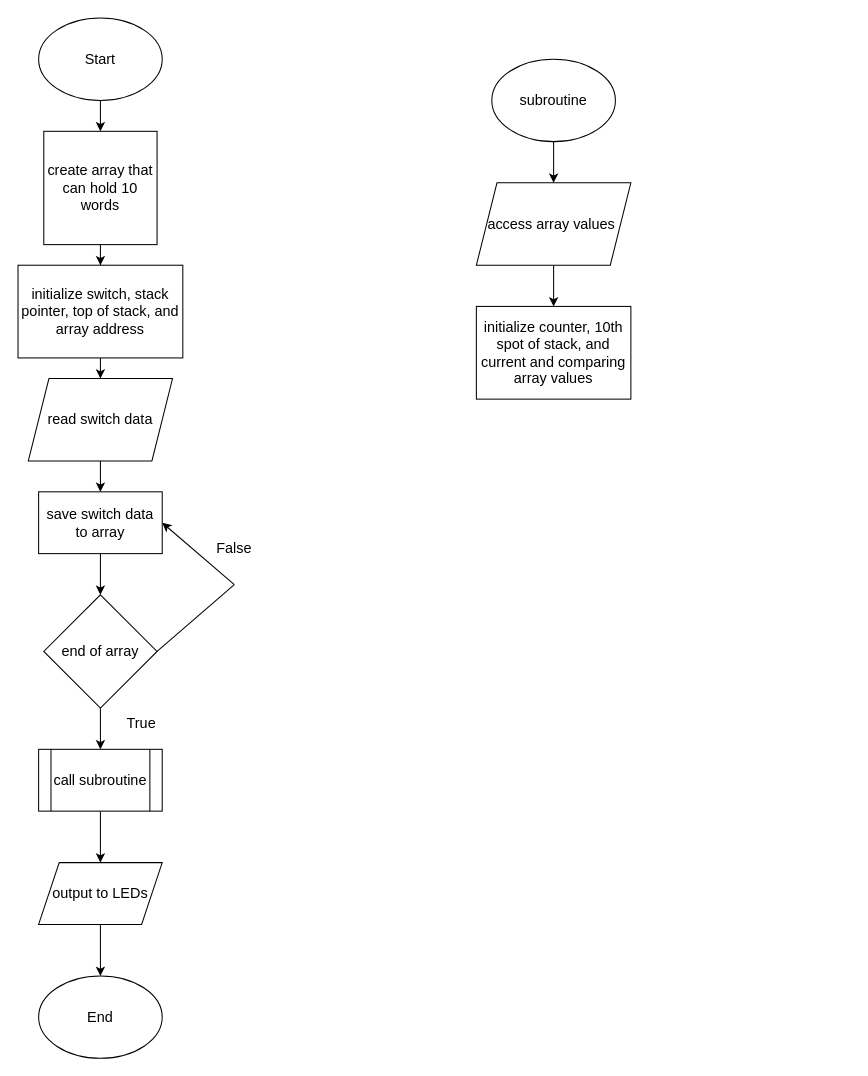
psp-player/CPE233 keeps this draw.io diagram as final_project_SW.drawio. Above is the earlier version. Source tidied: cells renumbered, new cells numbered last; positions are measured from the earlier drawing's top-left corner, leaving out a move shared by most shapes. Both pictures are drawn from the tidied source at 103%, with x=0, y=0 at pixel (18, 18).
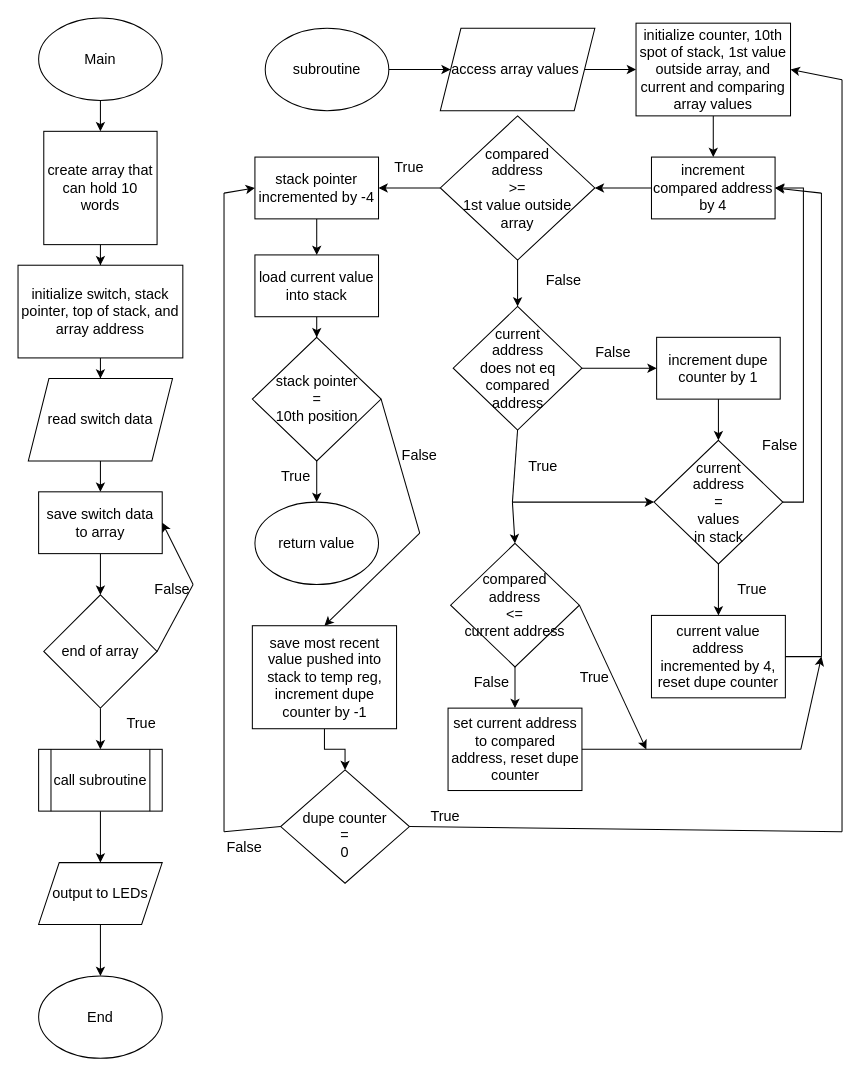
The same page after the edit.

The change refers to these unchanged cells:
```xml
<mxCell id="9" value="&lt;font style=&quot;font-size: 14px;&quot;&gt;save switch data to array&lt;/font&gt;" style="rounded=0;whiteSpace=wrap;html=1;" parent="1" vertex="1">
  <mxGeometry x="20" y="460" width="120" height="60" as="geometry" />
</mxCell>
<mxCell id="11" value="&lt;span style=&quot;font-size: 14px;&quot;&gt;end of array&lt;/span&gt;" style="rhombus;whiteSpace=wrap;html=1;" parent="1" vertex="1">
  <mxGeometry x="25" y="560" width="110" height="110" as="geometry" />
</mxCell>
```

Change to the diagram source:
```diff
@@
-    <mxCell id="3" value="&lt;font style=&quot;font-size: 14px;&quot;&gt;Start&lt;/font&gt;" style="ellipse;whiteSpace=wrap;html=1;" parent="1" vertex="1">
+    <mxCell id="3" value="&lt;font style=&quot;font-size: 14px;&quot;&gt;Main&lt;/font&gt;" style="ellipse;whiteSpace=wrap;html=1;" parent="1" vertex="1">
       <mxGeometry x="20" width="120" height="80" as="geometry" />
     </mxCell>
@@
-    <mxCell id="14" style="edgeStyle=orthogonalEdgeStyle;rounded=0;jettySize=auto;html=1;entryX=0.5;entryY=0;entryDx=0;entryDy=0;" parent="1" edge="1" source="15" target="21">
+    <mxCell id="14" style="edgeStyle=orthogonalEdgeStyle;rounded=0;jettySize=auto;html=1;entryX=0;entryY=0.5;entryDx=0;entryDy=0;" parent="1" edge="1" source="15" target="21">
       <mxGeometry relative="1" as="geometry" />
     </mxCell>
     <mxCell id="15" value="&lt;font style=&quot;font-size: 14px;&quot;&gt;subroutine&lt;/font&gt;" style="ellipse;whiteSpace=wrap;html=1;" parent="1" vertex="1">
-      <mxGeometry x="460" y="40" width="120" height="80" as="geometry" />
+      <mxGeometry x="240" y="10" width="120" height="80" as="geometry" />
     </mxCell>
@@
-    <mxCell id="20" style="edgeStyle=orthogonalEdgeStyle;rounded=0;jettySize=auto;html=1;entryX=0.5;entryY=0;entryDx=0;entryDy=0;" parent="1" edge="1" source="21" target="22">
+    <mxCell id="20" style="edgeStyle=orthogonalEdgeStyle;rounded=0;jettySize=auto;html=1;entryX=0;entryY=0.5;entryDx=0;entryDy=0;" parent="1" edge="1" source="21" target="22">
       <mxGeometry relative="1" as="geometry" />
     </mxCell>
     <mxCell id="21" value="&lt;font style=&quot;font-size: 14px;&quot;&gt;access array values&amp;nbsp;&lt;/font&gt;" style="shape=parallelogram;perimeter=parallelogramPerimeter;whiteSpace=wrap;html=1;fixedSize=1;" parent="1" vertex="1">
-      <mxGeometry x="445" y="160" width="150" height="80" as="geometry" />
+      <mxGeometry x="410" y="10" width="150" height="80" as="geometry" />
     </mxCell>
+    <mxCell id="28" style="edgeStyle=orthogonalEdgeStyle;rounded=0;jettySize=auto;html=1;entryX=0.5;entryY=0;entryDx=0;entryDy=0;" parent="1" edge="1" source="22" target="32">
+      <mxGeometry relative="1" as="geometry" />
+    </mxCell>
-    <mxCell id="22" value="&lt;font style=&quot;font-size: 14px;&quot;&gt;initialize counter, 10th spot of stack, and current and comparing array values&lt;/font&gt;" style="rounded=0;whiteSpace=wrap;html=1;" parent="1" vertex="1">
-      <mxGeometry x="445" y="280" width="150" height="90" as="geometry" />
+    <mxCell id="22" value="&lt;font style=&quot;font-size: 14px;&quot;&gt;initialize counter, 10th spot of stack, 1st value outside array, and current and comparing array values&lt;/font&gt;" style="rounded=0;whiteSpace=wrap;html=1;" parent="1" vertex="1">
+      <mxGeometry x="600" y="5" width="150" height="90" as="geometry" />
     </mxCell>
@@
     <mxCell id="25" style="endArrow=none;html=1;rounded=0;exitX=1;exitY=0.5;exitDx=0;exitDy=0;" parent="1" edge="1" source="11">
       <mxGeometry relative="1" as="geometry">
-        <mxPoint x="210" y="550" as="targetPoint" />
+        <mxPoint x="170" y="550" as="targetPoint" />
       </mxGeometry>
     </mxCell>
     <mxCell id="26" style="endArrow=classic;html=1;rounded=0;entryX=1;entryY=0.5;entryDx=0;entryDy=0;" parent="1" edge="1" target="9">
       <mxGeometry relative="1" as="geometry">
-        <mxPoint x="210" y="550" as="sourcePoint" />
+        <mxPoint x="170" y="550" as="sourcePoint" />
       </mxGeometry>
     </mxCell>
     <mxCell id="27" value="&lt;font style=&quot;font-size: 14px;&quot;&gt;False&lt;/font&gt;" style="text;html=1;align=center;verticalAlign=middle;whiteSpace=wrap;rounded=0;" parent="1" vertex="1">
-      <mxGeometry x="180" y="500" width="60" height="30" as="geometry" />
+      <mxGeometry x="120" y="540" width="60" height="30" as="geometry" />
     </mxCell>
+    <mxCell id="29" style="edgeStyle=orthogonalEdgeStyle;rounded=0;jettySize=auto;html=1;entryX=0;entryY=0.5;entryDx=0;entryDy=0;" parent="1" edge="1" source="30" target="41">
+      <mxGeometry relative="1" as="geometry" />
+    </mxCell>
+    <mxCell id="30" value="&lt;font style=&quot;font-size: 14px;&quot;&gt;current &lt;br&gt;address &lt;br&gt;does not eq&lt;br&gt;compared &lt;br&gt;address&lt;/font&gt;" style="rhombus;whiteSpace=wrap;html=1;" parent="1" vertex="1">
+      <mxGeometry x="422.5" y="280" width="125" height="120" as="geometry" />
+    </mxCell>
+    <mxCell id="31" style="edgeStyle=orthogonalEdgeStyle;rounded=0;jettySize=auto;html=1;entryX=1;entryY=0.5;entryDx=0;entryDy=0;" parent="1" edge="1" source="32" target="35">
+      <mxGeometry relative="1" as="geometry" />
+    </mxCell>
+    <mxCell id="32" value="&lt;font style=&quot;font-size: 14px;&quot;&gt;increment compared address by 4&lt;/font&gt;" style="rounded=0;whiteSpace=wrap;html=1;" parent="1" vertex="1">
+      <mxGeometry x="615" y="135" width="120" height="60" as="geometry" />
+    </mxCell>
+    <mxCell id="33" style="edgeStyle=orthogonalEdgeStyle;rounded=0;jettySize=auto;html=1;entryX=0.5;entryY=0;entryDx=0;entryDy=0;" parent="1" edge="1" source="35" target="30">
+      <mxGeometry relative="1" as="geometry" />
+    </mxCell>
+    <mxCell id="34" style="edgeStyle=orthogonalEdgeStyle;rounded=0;jettySize=auto;html=1;entryX=1;entryY=0.5;entryDx=0;entryDy=0;" parent="1" edge="1" source="35" target="39">
+      <mxGeometry relative="1" as="geometry" />
+    </mxCell>
+    <mxCell id="35" value="&lt;font style=&quot;font-size: 14px;&quot;&gt;compared &lt;br&gt;address&lt;br&gt;&amp;gt;=&lt;br&gt;1st value outside &lt;br&gt;array&lt;br&gt;&lt;/font&gt;" style="rhombus;whiteSpace=wrap;html=1;" parent="1" vertex="1">
+      <mxGeometry x="410" y="95" width="150" height="140" as="geometry" />
+    </mxCell>
+    <mxCell id="36" value="&lt;font style=&quot;font-size: 14px;&quot;&gt;True&lt;/font&gt;" style="text;html=1;align=center;verticalAlign=middle;whiteSpace=wrap;rounded=0;" parent="1" vertex="1">
+      <mxGeometry x="350" y="130" width="60" height="30" as="geometry" />
+    </mxCell>
+    <mxCell id="37" value="&lt;font style=&quot;font-size: 14px;&quot;&gt;False&lt;/font&gt;" style="text;html=1;align=center;verticalAlign=middle;whiteSpace=wrap;rounded=0;" parent="1" vertex="1">
+      <mxGeometry x="500" y="240" width="60" height="30" as="geometry" />
+    </mxCell>
+    <mxCell id="38" style="edgeStyle=orthogonalEdgeStyle;rounded=0;jettySize=auto;html=1;entryX=0.5;entryY=0;entryDx=0;entryDy=0;" parent="1" edge="1" source="39" target="53">
+      <mxGeometry relative="1" as="geometry" />
+    </mxCell>
+    <mxCell id="39" value="&lt;span style=&quot;font-size: 14px;&quot;&gt;stack pointer incremented by -4&lt;/span&gt;" style="rounded=0;whiteSpace=wrap;html=1;" parent="1" vertex="1">
+      <mxGeometry x="230" y="135" width="120" height="60" as="geometry" />
+    </mxCell>
+    <mxCell id="40" style="edgeStyle=orthogonalEdgeStyle;rounded=0;jettySize=auto;html=1;entryX=0.5;entryY=0;entryDx=0;entryDy=0;" parent="1" edge="1" source="41" target="45">
+      <mxGeometry relative="1" as="geometry" />
+    </mxCell>
+    <mxCell id="41" value="&lt;font style=&quot;font-size: 14px;&quot;&gt;increment dupe counter by 1&lt;/font&gt;" style="rounded=0;whiteSpace=wrap;html=1;" parent="1" vertex="1">
+      <mxGeometry x="620" y="310" width="120" height="60" as="geometry" />
+    </mxCell>
+    <mxCell id="42" value="&lt;font style=&quot;font-size: 14px;&quot;&gt;False&lt;/font&gt;" style="text;html=1;align=center;verticalAlign=middle;whiteSpace=wrap;rounded=0;" parent="1" vertex="1">
+      <mxGeometry x="547.5" y="310" width="60" height="30" as="geometry" />
+    </mxCell>
+    <mxCell id="43" style="edgeStyle=orthogonalEdgeStyle;rounded=0;jettySize=auto;html=1;entryX=0.5;entryY=0;entryDx=0;entryDy=0;" parent="1" edge="1" source="45" target="49">
+      <mxGeometry relative="1" as="geometry" />
+    </mxCell>
+    <mxCell id="44" style="edgeStyle=orthogonalEdgeStyle;rounded=0;jettySize=auto;html=1;exitX=1;exitY=0.5;exitDx=0;exitDy=0;entryX=1;entryY=0.5;entryDx=0;entryDy=0;" parent="1" edge="1" source="45" target="32">
+      <mxGeometry relative="1" as="geometry" />
+    </mxCell>
+    <mxCell id="45" value="&lt;span style=&quot;font-size: 14px;&quot;&gt;current &lt;br&gt;address&lt;br&gt;=&lt;br&gt;values &lt;br&gt;in stack&lt;/span&gt;" style="rhombus;whiteSpace=wrap;html=1;" parent="1" vertex="1">
+      <mxGeometry x="617.5" y="410" width="125" height="120" as="geometry" />
+    </mxCell>
+    <mxCell id="46" style="endArrow=none;html=1;rounded=0;entryX=0.5;entryY=1;entryDx=0;entryDy=0;" parent="1" edge="1" target="30">
+      <mxGeometry relative="1" as="geometry">
+        <mxPoint x="480" y="470" as="sourcePoint" />
+      </mxGeometry>
+    </mxCell>
+    <mxCell id="47" style="endArrow=classic;html=1;rounded=0;entryX=0;entryY=0.5;entryDx=0;entryDy=0;" parent="1" edge="1" target="45">
+      <mxGeometry relative="1" as="geometry">
+        <mxPoint x="480" y="470" as="sourcePoint" />
+      </mxGeometry>
+    </mxCell>
+    <mxCell id="48" value="&lt;font style=&quot;font-size: 14px;&quot;&gt;True&lt;/font&gt;" style="text;html=1;align=center;verticalAlign=middle;whiteSpace=wrap;rounded=0;" parent="1" vertex="1">
+      <mxGeometry x="480" y="420" width="60" height="30" as="geometry" />
+    </mxCell>
+    <mxCell id="49" value="&lt;font style=&quot;font-size: 14px;&quot;&gt;current value address incremented by 4,&lt;br&gt;reset dupe counter&lt;/font&gt;" style="rounded=0;whiteSpace=wrap;html=1;" parent="1" vertex="1">
+      <mxGeometry x="615" y="580" width="130" height="80" as="geometry" />
+    </mxCell>
+    <mxCell id="50" value="&lt;font style=&quot;font-size: 14px;&quot;&gt;True&lt;/font&gt;" style="text;html=1;align=center;verticalAlign=middle;whiteSpace=wrap;rounded=0;" parent="1" vertex="1">
+      <mxGeometry x="682.5" y="540" width="60" height="30" as="geometry" />
+    </mxCell>
+    <mxCell id="51" value="&lt;font style=&quot;font-size: 14px;&quot;&gt;False&lt;/font&gt;" style="text;html=1;align=center;verticalAlign=middle;whiteSpace=wrap;rounded=0;" parent="1" vertex="1">
+      <mxGeometry x="710" y="400" width="60" height="30" as="geometry" />
+    </mxCell>
+    <mxCell id="52" style="edgeStyle=orthogonalEdgeStyle;rounded=0;jettySize=auto;html=1;" parent="1" edge="1" source="53" target="55">
+      <mxGeometry relative="1" as="geometry" />
+    </mxCell>
+    <mxCell id="53" value="&lt;span style=&quot;font-size: 14px;&quot;&gt;load current value into stack&lt;/span&gt;" style="rounded=0;whiteSpace=wrap;html=1;" parent="1" vertex="1">
+      <mxGeometry x="230" y="230" width="120" height="60" as="geometry" />
+    </mxCell>
+    <mxCell id="54" style="edgeStyle=orthogonalEdgeStyle;rounded=0;jettySize=auto;html=1;entryX=0.5;entryY=0;entryDx=0;entryDy=0;" parent="1" edge="1" source="55" target="56">
+      <mxGeometry relative="1" as="geometry" />
+    </mxCell>
+    <mxCell id="55" value="&lt;font style=&quot;font-size: 14px;&quot;&gt;stack pointer&lt;br&gt;=&lt;br&gt;10th position&lt;/font&gt;" style="rhombus;whiteSpace=wrap;html=1;" parent="1" vertex="1">
+      <mxGeometry x="227.5" y="310" width="125" height="120" as="geometry" />
+    </mxCell>
+    <mxCell id="56" value="&lt;font style=&quot;font-size: 14px;&quot;&gt;return value&lt;/font&gt;" style="ellipse;whiteSpace=wrap;html=1;" parent="1" vertex="1">
+      <mxGeometry x="230" y="470" width="120" height="80" as="geometry" />
+    </mxCell>
+    <mxCell id="57" value="&lt;font style=&quot;font-size: 14px;&quot;&gt;True&lt;/font&gt;" style="text;html=1;align=center;verticalAlign=middle;whiteSpace=wrap;rounded=0;" parent="1" vertex="1">
+      <mxGeometry x="240" y="430" width="60" height="30" as="geometry" />
+    </mxCell>
+    <mxCell id="58" value="&lt;font style=&quot;font-size: 14px;&quot;&gt;False&lt;/font&gt;" style="text;html=1;align=center;verticalAlign=middle;whiteSpace=wrap;rounded=0;" parent="1" vertex="1">
+      <mxGeometry x="360" y="410" width="60" height="30" as="geometry" />
+    </mxCell>
+    <mxCell id="59" style="edgeStyle=orthogonalEdgeStyle;rounded=0;jettySize=auto;html=1;entryX=0.5;entryY=0;entryDx=0;entryDy=0;" parent="1" edge="1" source="60" target="61">
+      <mxGeometry relative="1" as="geometry" />
+    </mxCell>
+    <mxCell id="60" value="&lt;span style=&quot;font-size: 14px;&quot;&gt;save most recent value pushed into stack to temp reg, increment dupe counter by -1&lt;/span&gt;" style="rounded=0;whiteSpace=wrap;html=1;" parent="1" vertex="1">
+      <mxGeometry x="227.5" y="590" width="140" height="100" as="geometry" />
+    </mxCell>
+    <mxCell id="61" value="&lt;span style=&quot;font-size: 14px;&quot;&gt;&lt;br&gt;dupe counter&lt;br&gt;=&lt;br&gt;0&lt;br&gt;&lt;/span&gt;" style="rhombus;whiteSpace=wrap;html=1;" parent="1" vertex="1">
+      <mxGeometry x="255" y="730" width="125" height="110" as="geometry" />
+    </mxCell>
+    <mxCell id="62" value="&lt;font style=&quot;font-size: 14px;&quot;&gt;True&lt;/font&gt;" style="text;html=1;align=center;verticalAlign=middle;whiteSpace=wrap;rounded=0;" parent="1" vertex="1">
+      <mxGeometry x="385" y="760" width="60" height="30" as="geometry" />
+    </mxCell>
+    <mxCell id="63" value="&lt;font style=&quot;font-size: 14px;&quot;&gt;False&lt;/font&gt;" style="text;html=1;align=center;verticalAlign=middle;whiteSpace=wrap;rounded=0;" parent="1" vertex="1">
+      <mxGeometry x="190" y="790" width="60" height="30" as="geometry" />
+    </mxCell>
+    <mxCell id="64" style="endArrow=none;html=1;rounded=0;entryX=0;entryY=0.5;entryDx=0;entryDy=0;" parent="1" edge="1" target="61">
+      <mxGeometry relative="1" as="geometry">
+        <mxPoint x="200" y="790" as="sourcePoint" />
+      </mxGeometry>
+    </mxCell>
+    <mxCell id="65" style="endArrow=none;html=1;rounded=0;" parent="1" edge="1">
+      <mxGeometry relative="1" as="geometry">
+        <mxPoint x="200" y="790" as="sourcePoint" />
+        <mxPoint x="200" y="170" as="targetPoint" />
+      </mxGeometry>
+    </mxCell>
+    <mxCell id="66" style="endArrow=classic;html=1;rounded=0;entryX=0;entryY=0.5;entryDx=0;entryDy=0;" parent="1" edge="1" target="39">
+      <mxGeometry relative="1" as="geometry">
+        <mxPoint x="200" y="170" as="sourcePoint" />
+      </mxGeometry>
+    </mxCell>
+    <mxCell id="67" style="edgeStyle=orthogonalEdgeStyle;rounded=0;orthogonalLoop=1;jettySize=auto;html=1;exitX=0.5;exitY=1;exitDx=0;exitDy=0;" parent="1" edge="1" source="63" target="63">
+      <mxGeometry relative="1" as="geometry" />
+    </mxCell>
+    <mxCell id="68" style="endArrow=none;html=1;rounded=0;exitX=1;exitY=0.5;exitDx=0;exitDy=0;" parent="1" edge="1" source="61">
+      <mxGeometry relative="1" as="geometry">
+        <mxPoint x="800" y="790" as="targetPoint" />
+      </mxGeometry>
+    </mxCell>
+    <mxCell id="69" style="endArrow=none;html=1;rounded=0;" parent="1" edge="1">
+      <mxGeometry relative="1" as="geometry">
+        <mxPoint x="800" y="790" as="sourcePoint" />
+        <mxPoint x="800" y="60" as="targetPoint" />
+      </mxGeometry>
+    </mxCell>
+    <mxCell id="70" style="endArrow=classic;html=1;rounded=0;entryX=1;entryY=0.5;entryDx=0;entryDy=0;" parent="1" edge="1" target="22">
+      <mxGeometry relative="1" as="geometry">
+        <mxPoint x="800" y="60" as="sourcePoint" />
+      </mxGeometry>
+    </mxCell>
+    <mxCell id="71" style="endArrow=none;html=1;rounded=0;exitX=1;exitY=0.5;exitDx=0;exitDy=0;" parent="1" edge="1" source="49">
+      <mxGeometry relative="1" as="geometry">
+        <mxPoint x="780" y="620" as="targetPoint" />
+      </mxGeometry>
+    </mxCell>
+    <mxCell id="72" style="endArrow=none;html=1;rounded=0;" parent="1" edge="1">
+      <mxGeometry relative="1" as="geometry">
+        <mxPoint x="780" y="620" as="sourcePoint" />
+        <mxPoint x="780" y="170" as="targetPoint" />
+      </mxGeometry>
+    </mxCell>
+    <mxCell id="73" style="endArrow=classic;html=1;rounded=0;entryX=1;entryY=0.5;entryDx=0;entryDy=0;" parent="1" edge="1" target="32">
+      <mxGeometry relative="1" as="geometry">
+        <mxPoint x="780" y="170" as="sourcePoint" />
+      </mxGeometry>
+    </mxCell>
+    <mxCell id="74" style="edgeStyle=orthogonalEdgeStyle;rounded=0;jettySize=auto;html=1;entryX=0.5;entryY=0;entryDx=0;entryDy=0;" parent="1" edge="1" source="75" target="80">
+      <mxGeometry relative="1" as="geometry" />
+    </mxCell>
+    <mxCell id="75" value="&lt;span style=&quot;font-size: 14px;&quot;&gt;compared&lt;br&gt;address&lt;br&gt;&amp;lt;=&lt;br&gt;current address&lt;br&gt;&lt;/span&gt;" style="rhombus;whiteSpace=wrap;html=1;" parent="1" vertex="1">
+      <mxGeometry x="420" y="510" width="125" height="120" as="geometry" />
+    </mxCell>
+    <mxCell id="76" style="endArrow=none;html=1;rounded=0;exitX=1;exitY=0.5;exitDx=0;exitDy=0;" parent="1" edge="1" source="55">
+      <mxGeometry relative="1" as="geometry">
+        <mxPoint x="390" y="500" as="targetPoint" />
+      </mxGeometry>
+    </mxCell>
+    <mxCell id="77" style="endArrow=classic;html=1;rounded=0;entryX=0.5;entryY=0;entryDx=0;entryDy=0;" parent="1" edge="1" target="60">
+      <mxGeometry relative="1" as="geometry">
+        <mxPoint x="390" y="500" as="sourcePoint" />
+      </mxGeometry>
+    </mxCell>
+    <mxCell id="78" style="endArrow=classic;html=1;rounded=0;entryX=0.5;entryY=0;entryDx=0;entryDy=0;" parent="1" edge="1" target="75">
+      <mxGeometry relative="1" as="geometry">
+        <mxPoint x="480" y="470" as="sourcePoint" />
+      </mxGeometry>
+    </mxCell>
+    <mxCell id="79" value="&lt;font style=&quot;font-size: 14px;&quot;&gt;False&lt;/font&gt;" style="text;html=1;align=center;verticalAlign=middle;whiteSpace=wrap;rounded=0;" parent="1" vertex="1">
+      <mxGeometry x="430" y="630" width="60" height="30" as="geometry" />
+    </mxCell>
+    <mxCell id="80" value="&lt;span style=&quot;font-size: 14px;&quot;&gt;set current address to compared address, reset dupe counter&lt;/span&gt;" style="rounded=0;whiteSpace=wrap;html=1;" parent="1" vertex="1">
+      <mxGeometry x="417.5" y="670" width="130" height="80" as="geometry" />
+    </mxCell>
+    <mxCell id="81" style="endArrow=none;html=1;rounded=0;exitX=1;exitY=0.5;exitDx=0;exitDy=0;" parent="1" edge="1" source="80">
+      <mxGeometry relative="1" as="geometry">
+        <mxPoint x="760" y="710" as="targetPoint" />
+      </mxGeometry>
+    </mxCell>
+    <mxCell id="82" style="endArrow=classic;html=1;rounded=0;" parent="1" edge="1">
+      <mxGeometry relative="1" as="geometry">
+        <mxPoint x="760" y="710" as="sourcePoint" />
+        <mxPoint x="780" y="620" as="targetPoint" />
+      </mxGeometry>
+    </mxCell>
+    <mxCell id="83" style="endArrow=classic;html=1;rounded=0;exitX=1;exitY=0.5;exitDx=0;exitDy=0;" parent="1" edge="1" source="75">
+      <mxGeometry relative="1" as="geometry">
+        <mxPoint x="610" y="710" as="targetPoint" />
+      </mxGeometry>
+    </mxCell>
+    <mxCell id="84" value="&lt;font style=&quot;font-size: 14px;&quot;&gt;True&lt;/font&gt;" style="text;html=1;align=center;verticalAlign=middle;whiteSpace=wrap;rounded=0;" parent="1" vertex="1">
+      <mxGeometry x="530" y="625" width="60" height="30" as="geometry" />
+    </mxCell>
```
